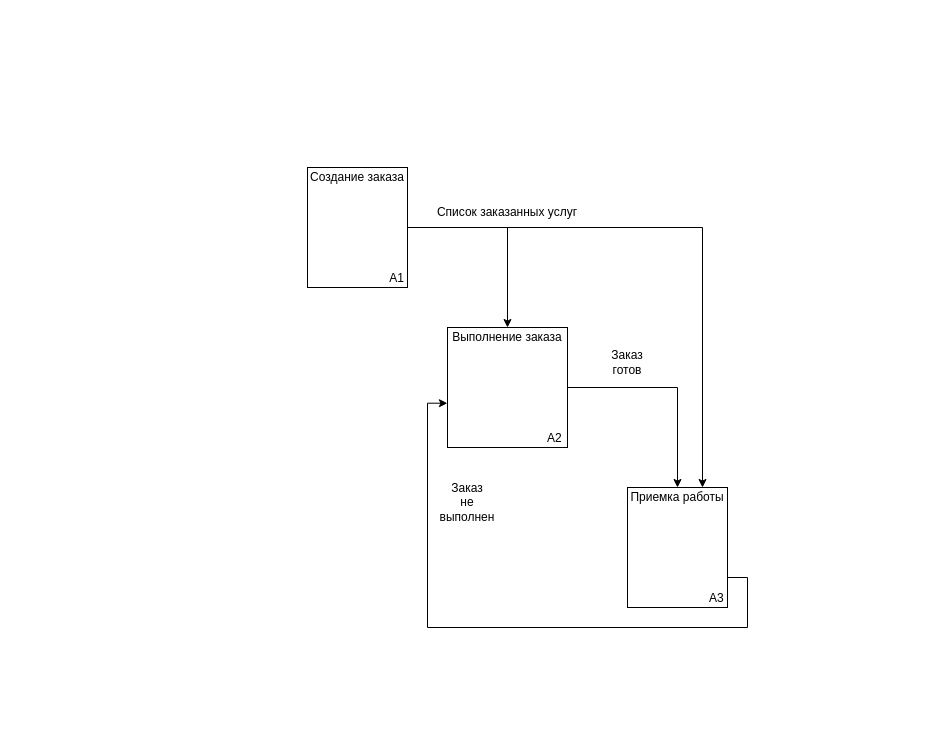
Before: А0.drawio in Mejioy/PPO, a draw.io diagram. Source tidied: cells renumbered, new cells numbered last; positions are measured from the earlier drawing's top-left corner, leaving out a move shared by most shapes. Both pictures are drawn from the tidied source at 100%, with x=0, y=0 at pixel (307, 167).
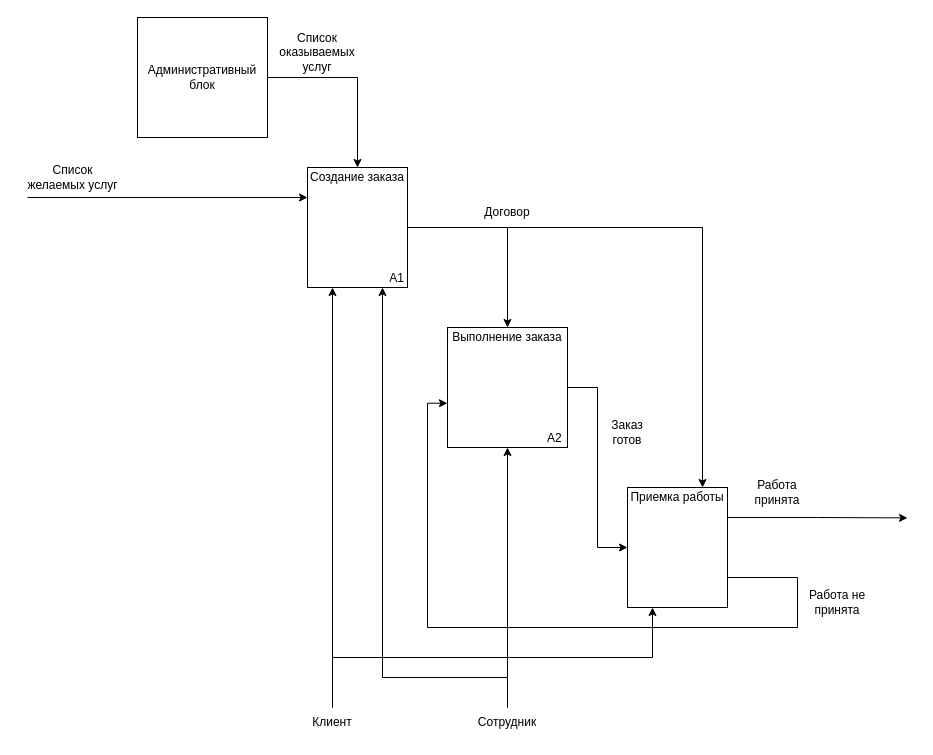
The same diagram, later.

The change refers to these unchanged cells:
```xml
<mxCell id="4" value="Создание заказа&lt;br&gt;&lt;br&gt;&lt;br&gt;&lt;br&gt;&lt;br&gt;&lt;br&gt;&lt;br&gt;&lt;div style=&quot;text-align: right;&quot;&gt;А1&lt;/div&gt;" style="rounded=0;whiteSpace=wrap;html=1;" parent="1" vertex="1">
  <mxGeometry width="100" height="120" as="geometry" />
</mxCell>
<mxCell id="6" value="Выполнение заказа&lt;br&gt;&lt;br&gt;&lt;br&gt;&lt;br&gt;&lt;br&gt;&lt;br&gt;&lt;br&gt;&lt;div style=&quot;text-align: right;&quot;&gt;А2&lt;/div&gt;" style="rounded=0;whiteSpace=wrap;html=1;" parent="1" vertex="1">
  <mxGeometry x="140" y="160" width="120" height="120" as="geometry" />
</mxCell>
```

The edit, as a diff of the source:
```diff
@@
-    <mxCell id="5" style="edgeStyle=orthogonalEdgeStyle;rounded=0;jettySize=auto;html=1;exitX=1;exitY=0.5;exitDx=0;exitDy=0;entryX=0.5;entryY=0;entryDx=0;entryDy=0;" parent="1" edge="1" source="6" target="7">
+    <mxCell id="5" style="edgeStyle=orthogonalEdgeStyle;rounded=0;jettySize=auto;html=1;exitX=1;exitY=0.5;exitDx=0;exitDy=0;entryX=0;entryY=0.5;entryDx=0;entryDy=0;" parent="1" edge="1" source="6" target="7">
       <mxGeometry relative="1" as="geometry" />
     </mxCell>
@@
+    <mxCell id="12" style="edgeStyle=orthogonalEdgeStyle;rounded=0;jettySize=auto;html=1;exitX=1;exitY=0.25;exitDx=0;exitDy=0;" parent="1" edge="1" source="7">
+      <mxGeometry relative="1" as="geometry">
+        <mxPoint x="600" y="350.4" as="targetPoint" />
+      </mxGeometry>
+    </mxCell>
-    <mxCell id="7" value="Приемка работы&lt;br&gt;&lt;br&gt;&lt;br&gt;&lt;br&gt;&lt;br&gt;&lt;br&gt;&lt;br&gt;&lt;div style=&quot;text-align: right;&quot;&gt;А3&lt;/div&gt;" style="rounded=0;whiteSpace=wrap;html=1;" parent="1" vertex="1">
+    <mxCell id="7" value="Приемка работы&lt;br&gt;&lt;br&gt;&lt;br&gt;&lt;br&gt;&lt;br&gt;&lt;br&gt;&lt;br&gt;&lt;div style=&quot;text-align: right;&quot;&gt;&lt;br&gt;&lt;/div&gt;" style="rounded=0;whiteSpace=wrap;html=1;" parent="1" vertex="1">
       <mxGeometry x="320" y="320" width="100" height="120" as="geometry" />
     </mxCell>
-    <mxCell id="8" value="Список заказанных услуг" style="text;html=1;strokeColor=none;fillColor=none;align=center;verticalAlign=middle;whiteSpace=wrap;rounded=0;" parent="1" vertex="1">
+    <mxCell id="8" value="Договор" style="text;html=1;strokeColor=none;fillColor=none;align=center;verticalAlign=middle;whiteSpace=wrap;rounded=0;" parent="1" vertex="1">
       <mxGeometry x="120" y="30" width="160" height="30" as="geometry" />
     </mxCell>
     <mxCell id="9" value="Заказ готов" style="text;html=1;strokeColor=none;fillColor=none;align=center;verticalAlign=middle;whiteSpace=wrap;rounded=0;" parent="1" vertex="1">
-      <mxGeometry x="290" y="180" width="60" height="30" as="geometry" />
+      <mxGeometry x="290" y="250" width="60" height="30" as="geometry" />
     </mxCell>
     <mxCell id="10" style="edgeStyle=orthogonalEdgeStyle;rounded=0;jettySize=auto;html=1;exitX=1;exitY=0.75;exitDx=0;exitDy=0;entryX=-0.001;entryY=0.631;entryDx=0;entryDy=0;entryPerimeter=0;" parent="1" edge="1" source="7" target="6">
       <mxGeometry relative="1" as="geometry">
         <Array as="points">
-          <mxPoint x="440" y="410" />
-          <mxPoint x="440" y="460" />
+          <mxPoint x="490" y="410" />
+          <mxPoint x="490" y="460" />
           <mxPoint x="120" y="460" />
           <mxPoint x="120" y="236" />
         </Array>
       </mxGeometry>
     </mxCell>
-    <mxCell id="11" value="Заказ&lt;br&gt;не&lt;br&gt;выполнен" style="text;html=1;strokeColor=none;fillColor=none;align=center;verticalAlign=middle;whiteSpace=wrap;rounded=0;" parent="1" vertex="1">
-      <mxGeometry x="130" y="310" width="60" height="50" as="geometry" />
+    <mxCell id="11" value="Работа не принята" style="text;html=1;strokeColor=none;fillColor=none;align=center;verticalAlign=middle;whiteSpace=wrap;rounded=0;" parent="1" vertex="1">
+      <mxGeometry x="500" y="410" width="60" height="50" as="geometry" />
     </mxCell>
+    <mxCell id="13" style="edgeStyle=orthogonalEdgeStyle;rounded=0;jettySize=auto;html=1;exitX=0.5;exitY=0;exitDx=0;exitDy=0;entryX=0.25;entryY=1;entryDx=0;entryDy=0;" parent="1" edge="1" source="15" target="7">
+      <mxGeometry relative="1" as="geometry" />
+    </mxCell>
+    <mxCell id="14" style="edgeStyle=orthogonalEdgeStyle;rounded=0;jettySize=auto;html=1;exitX=0.5;exitY=0;exitDx=0;exitDy=0;entryX=0.25;entryY=1;entryDx=0;entryDy=0;" parent="1" edge="1" source="15" target="4">
+      <mxGeometry relative="1" as="geometry" />
+    </mxCell>
+    <mxCell id="15" value="Клиент" style="text;html=1;strokeColor=none;fillColor=none;align=center;verticalAlign=middle;whiteSpace=wrap;rounded=0;" parent="1" vertex="1">
+      <mxGeometry y="540" width="50" height="30" as="geometry" />
+    </mxCell>
+    <mxCell id="16" style="edgeStyle=orthogonalEdgeStyle;rounded=0;jettySize=auto;html=1;exitX=0.5;exitY=0;exitDx=0;exitDy=0;entryX=0.75;entryY=1;entryDx=0;entryDy=0;" parent="1" edge="1" source="18" target="4">
+      <mxGeometry relative="1" as="geometry">
+        <Array as="points">
+          <mxPoint x="200" y="510" />
+          <mxPoint x="75" y="510" />
+        </Array>
+      </mxGeometry>
+    </mxCell>
+    <mxCell id="17" style="edgeStyle=orthogonalEdgeStyle;rounded=0;jettySize=auto;html=1;exitX=0.5;exitY=0;exitDx=0;exitDy=0;entryX=0.5;entryY=1;entryDx=0;entryDy=0;" parent="1" edge="1" source="18" target="6">
+      <mxGeometry relative="1" as="geometry" />
+    </mxCell>
+    <mxCell id="18" value="Сотрудник" style="text;html=1;strokeColor=none;fillColor=none;align=center;verticalAlign=middle;whiteSpace=wrap;rounded=0;" parent="1" vertex="1">
+      <mxGeometry x="170" y="540" width="60" height="30" as="geometry" />
+    </mxCell>
+    <mxCell id="19" value="Список оказываемых услуг" style="text;html=1;strokeColor=none;fillColor=none;align=center;verticalAlign=middle;whiteSpace=wrap;rounded=0;" parent="1" vertex="1">
+      <mxGeometry x="-30" y="-140" width="80" height="50" as="geometry" />
+    </mxCell>
+    <mxCell id="20" value="Работа принята" style="text;html=1;strokeColor=none;fillColor=none;align=center;verticalAlign=middle;whiteSpace=wrap;rounded=0;" parent="1" vertex="1">
+      <mxGeometry x="440" y="300" width="60" height="50" as="geometry" />
+    </mxCell>
+    <mxCell id="21" style="edgeStyle=orthogonalEdgeStyle;rounded=0;jettySize=auto;html=1;exitX=1;exitY=0.5;exitDx=0;exitDy=0;entryX=0.5;entryY=0;entryDx=0;entryDy=0;" parent="1" edge="1" source="22" target="4">
+      <mxGeometry relative="1" as="geometry">
+        <Array as="points">
+          <mxPoint x="50" y="-90" />
+        </Array>
+      </mxGeometry>
+    </mxCell>
+    <mxCell id="22" value="Административный блок" style="rounded=0;whiteSpace=wrap;html=1;" parent="1" vertex="1">
+      <mxGeometry x="-170" y="-150" width="130" height="120" as="geometry" />
+    </mxCell>
+    <mxCell id="23" value="Список &lt;br&gt;желаемых услуг" style="text;html=1;align=center;verticalAlign=middle;strokeColor=none;fillColor=none;" parent="1" vertex="1">
+      <mxGeometry x="-290" y="-10" width="110" height="40" as="geometry" />
+    </mxCell>
+    <mxCell id="24" style="endArrow=classic;html=1;rounded=0;entryX=0;entryY=0.25;entryDx=0;entryDy=0;" parent="1" edge="1" target="4">
+      <mxGeometry relative="1" as="geometry">
+        <mxPoint x="-280" y="30" as="sourcePoint" />
+      </mxGeometry>
+    </mxCell>
```
